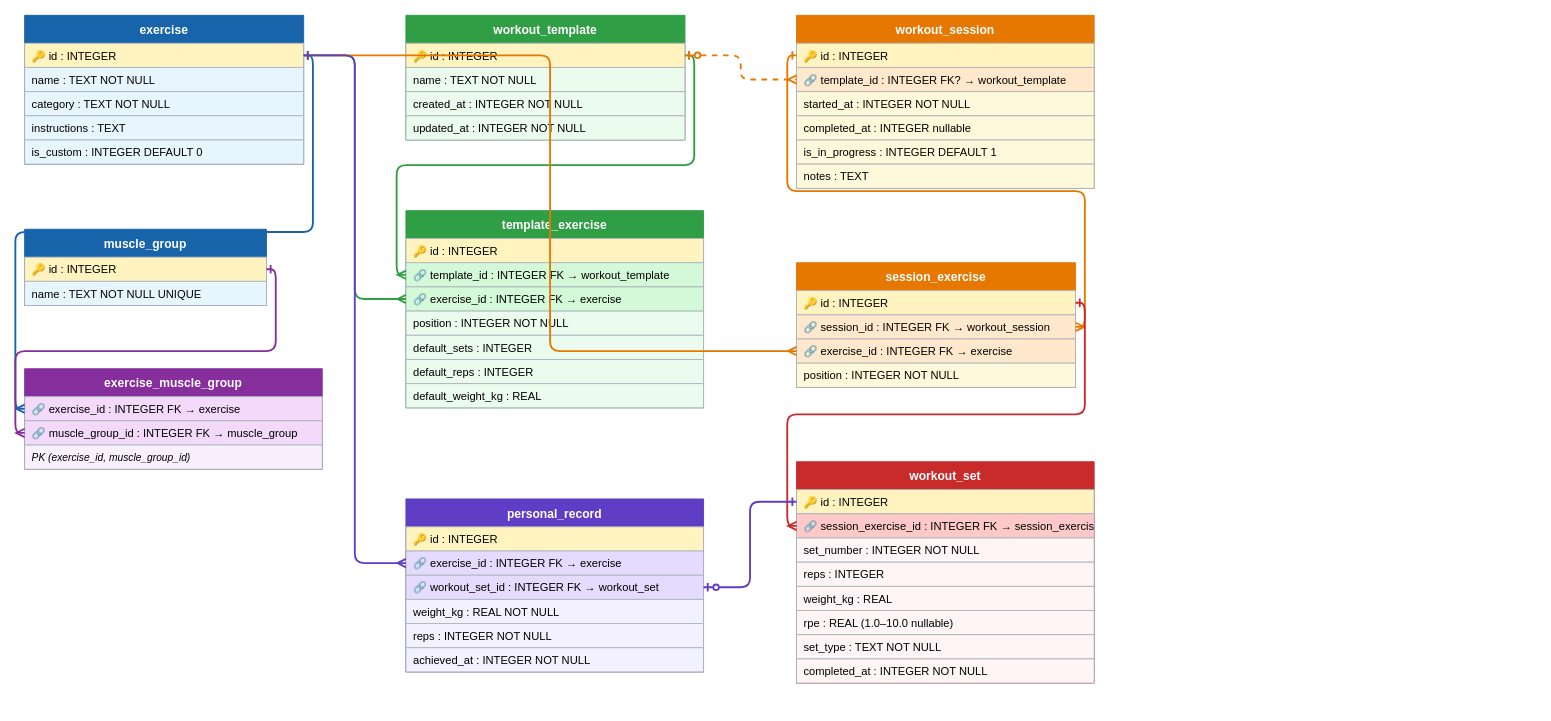
Before: docs/db-schema.drawio in open-gym-app/open-gym-app.github.io, a draw.io diagram. Source tidied: cells renumbered, new cells numbered last; positions are measured from the earlier drawing's top-left corner, leaving out a move shared by most shapes. Both pictures are drawn from the tidied source at 93%, with x=0, y=0 at pixel (24, 15).
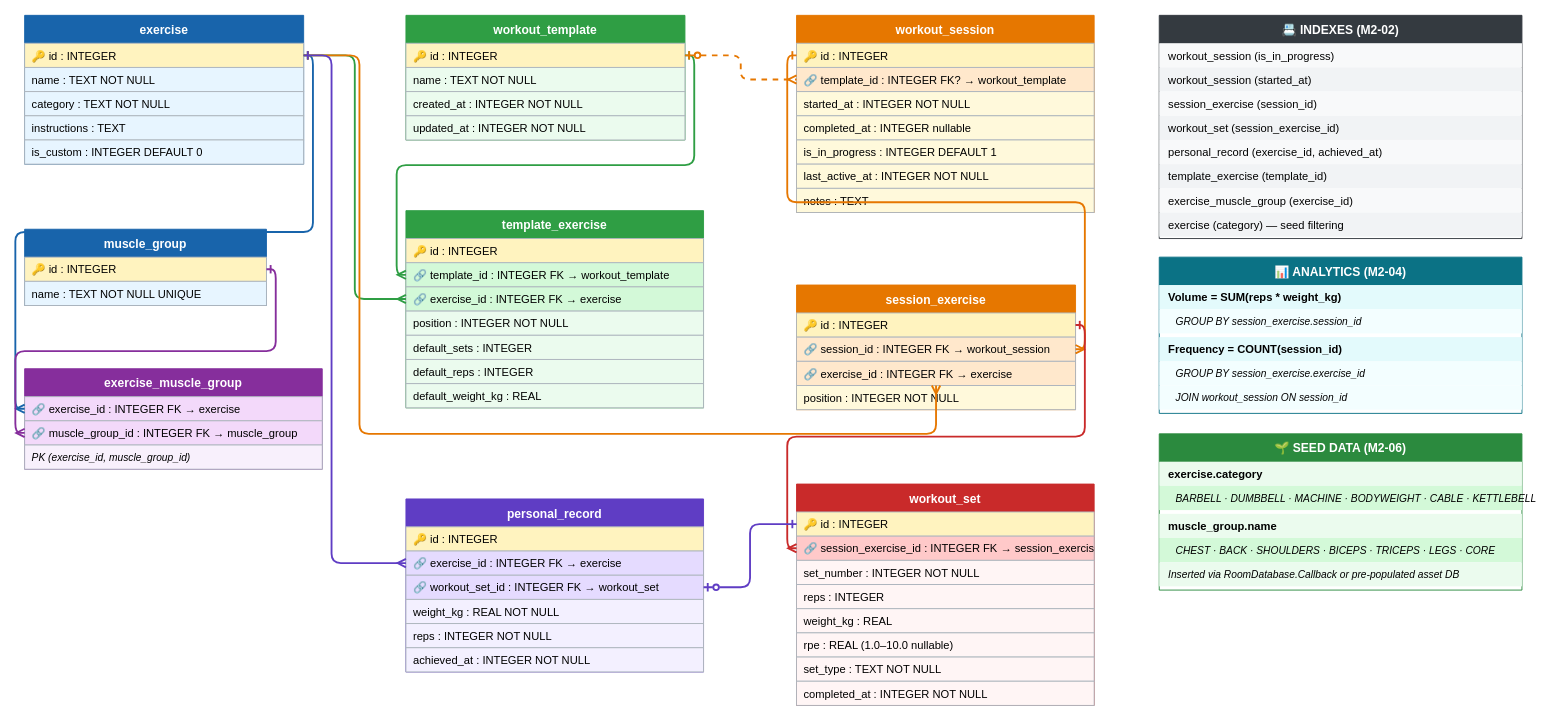
Above is the later version.

Commit message:
docs(schema): extend ERD with session resume field, indexes, analytics and seed data

- workout_session: add last_active_at (INTEGER NOT NULL) for session resume (M2-03)
- Add INDEXES reference panel covering all 8 recommended indexes (M2-02)
- Add ANALYTICS panel with volume and frequency query patterns (M2-04)
- Add SEED DATA panel with exercise category and muscle group enum values (M2-06)

Unchanged cells that the change refers to:
```xml
<mxCell id="3" value="🔑  id : INTEGER" style="text;strokeColor=#adb5bd;fillColor=#fff3bf;align=left;verticalAlign=middle;spacingLeft=6;overflow=hidden;points=[[0,0.5],[1,0.5]];portConstraint=eastwest;fontSize=12;" parent="2" vertex="1">
  <mxGeometry y="30" width="300" height="26" as="geometry" />
</mxCell>
<mxCell id="38" value="🔗  exercise_id : INTEGER  FK → exercise" style="text;strokeColor=#adb5bd;fillColor=#ffe8cc;align=left;verticalAlign=middle;spacingLeft=6;overflow=hidden;points=[[0,0.5],[1,0.5]];portConstraint=eastwest;fontSize=12;" parent="35" vertex="1">
  <mxGeometry y="82" width="300" height="26" as="geometry" />
</mxCell>
<mxCell id="51" value="🔗  exercise_id : INTEGER  FK → exercise" style="text;strokeColor=#adb5bd;fillColor=#e5dbff;align=left;verticalAlign=middle;spacingLeft=6;overflow=hidden;points=[[0,0.5],[1,0.5]];portConstraint=eastwest;fontSize=12;" parent="49" vertex="1">
  <mxGeometry y="56" width="320" height="26" as="geometry" />
</mxCell>
```

Change to the diagram source:
```diff
@@
     <mxCell id="28" value="workout_session" style="swimlane;startSize=30;fillColor=#e67700;fontColor=#ffffff;strokeColor=#e67700;fontStyle=1;align=center;fontSize=13;" parent="1" vertex="1">
-      <mxGeometry x="830" width="320" height="186" as="geometry" />
+      <mxGeometry x="830" width="320" height="212" as="geometry" />
     </mxCell>
@@
+    <mxCell id="66" value="    last_active_at : INTEGER  NOT NULL" style="text;strokeColor=#adb5bd;fillColor=#fff9db;align=left;verticalAlign=middle;spacingLeft=6;overflow=hidden;fontSize=12;" parent="28" vertex="1">
+      <mxGeometry y="160" width="320" height="26" as="geometry" />
+    </mxCell>
     <mxCell id="34" value="    notes : TEXT" style="text;strokeColor=#adb5bd;fillColor=#fff9db;align=left;verticalAlign=middle;spacingLeft=6;overflow=hidden;fontSize=12;" parent="28" vertex="1">
-      <mxGeometry y="160" width="320" height="26" as="geometry" />
+      <mxGeometry y="186" width="320" height="26" as="geometry" />
     </mxCell>
     <mxCell id="35" value="session_exercise" style="swimlane;startSize=30;fillColor=#e67700;fontColor=#ffffff;strokeColor=#e67700;fontStyle=1;align=center;fontSize=13;" parent="1" vertex="1">
-      <mxGeometry x="830" y="266" width="300" height="134" as="geometry" />
+      <mxGeometry x="830" y="290" width="300" height="134" as="geometry" />
     </mxCell>
@@
     <mxCell id="40" value="workout_set" style="swimlane;startSize=30;fillColor=#c92a2a;fontColor=#ffffff;strokeColor=#c92a2a;fontStyle=1;align=center;fontSize=13;" parent="1" vertex="1">
-      <mxGeometry x="830" y="480" width="320" height="238" as="geometry" />
+      <mxGeometry x="830" y="504" width="320" height="238" as="geometry" />
     </mxCell>
@@
     <mxCell id="62" style="edgeStyle=orthogonalEdgeStyle;endArrow=ERmany;endFill=0;startArrow=ERone;startFill=0;strokeWidth=2;strokeColor=#e67700;" parent="1" edge="1" source="3" target="38">
-      <mxGeometry relative="1" as="geometry" />
+      <mxGeometry relative="1" as="geometry">
+        <Array as="points">
+          <mxPoint x="360" y="43" />
+          <mxPoint x="360" y="450" />
+          <mxPoint x="980" y="450" />
+        </Array>
+      </mxGeometry>
     </mxCell>
@@
     <mxCell id="64" style="edgeStyle=orthogonalEdgeStyle;endArrow=ERmany;endFill=0;startArrow=ERone;startFill=0;strokeWidth=2;strokeColor=#5f3dc4;" parent="1" edge="1" source="3" target="51">
-      <mxGeometry relative="1" as="geometry" />
+      <mxGeometry relative="1" as="geometry">
+        <Array as="points">
+          <mxPoint x="330" y="43" />
+          <mxPoint x="330" y="589" />
+        </Array>
+      </mxGeometry>
     </mxCell>
@@
+    <mxCell id="67" value="📇  INDEXES  (M2-02)" style="swimlane;startSize=30;fillColor=#343a40;fontColor=#ffffff;strokeColor=#343a40;fontStyle=1;align=center;fontSize=13;" parent="1" vertex="1">
+      <mxGeometry x="1220" width="390" height="240" as="geometry" />
+    </mxCell>
+    <mxCell id="68" value="workout_session (is_in_progress)" style="text;strokeColor=none;fillColor=#f8f9fa;align=left;verticalAlign=middle;spacingLeft=8;fontSize=12;" parent="67" vertex="1">
+      <mxGeometry y="30" width="390" height="26" as="geometry" />
+    </mxCell>
+    <mxCell id="69" value="workout_session (started_at)" style="text;strokeColor=none;fillColor=#f1f3f5;align=left;verticalAlign=middle;spacingLeft=8;fontSize=12;" parent="67" vertex="1">
+      <mxGeometry y="56" width="390" height="26" as="geometry" />
+    </mxCell>
+    <mxCell id="70" value="session_exercise (session_id)" style="text;strokeColor=none;fillColor=#f8f9fa;align=left;verticalAlign=middle;spacingLeft=8;fontSize=12;" parent="67" vertex="1">
+      <mxGeometry y="82" width="390" height="26" as="geometry" />
+    </mxCell>
+    <mxCell id="71" value="workout_set (session_exercise_id)" style="text;strokeColor=none;fillColor=#f1f3f5;align=left;verticalAlign=middle;spacingLeft=8;fontSize=12;" parent="67" vertex="1">
+      <mxGeometry y="108" width="390" height="26" as="geometry" />
+    </mxCell>
+    <mxCell id="72" value="personal_record (exercise_id, achieved_at)" style="text;strokeColor=none;fillColor=#f8f9fa;align=left;verticalAlign=middle;spacingLeft=8;fontSize=12;" parent="67" vertex="1">
+      <mxGeometry y="134" width="390" height="26" as="geometry" />
+    </mxCell>
+    <mxCell id="73" value="template_exercise (template_id)" style="text;strokeColor=none;fillColor=#f1f3f5;align=left;verticalAlign=middle;spacingLeft=8;fontSize=12;" parent="67" vertex="1">
+      <mxGeometry y="160" width="390" height="26" as="geometry" />
+    </mxCell>
+    <mxCell id="74" value="exercise_muscle_group (exercise_id)" style="text;strokeColor=none;fillColor=#f8f9fa;align=left;verticalAlign=middle;spacingLeft=8;fontSize=12;" parent="67" vertex="1">
+      <mxGeometry y="186" width="390" height="26" as="geometry" />
+    </mxCell>
+    <mxCell id="75" value="exercise (category)  — seed filtering" style="text;strokeColor=none;fillColor=#f1f3f5;align=left;verticalAlign=middle;spacingLeft=8;fontSize=12;" parent="67" vertex="1">
+      <mxGeometry y="212" width="390" height="26" as="geometry" />
+    </mxCell>
+    <mxCell id="76" value="📊  ANALYTICS  (M2-04)" style="swimlane;startSize=30;fillColor=#0b7285;fontColor=#ffffff;strokeColor=#0b7285;fontStyle=1;align=center;fontSize=13;" parent="1" vertex="1">
+      <mxGeometry x="1220" y="260" width="390" height="168" as="geometry" />
+    </mxCell>
+    <mxCell id="77" value="Volume  =  SUM(reps * weight_kg)" style="text;strokeColor=none;fillColor=#e3fafc;align=left;verticalAlign=middle;spacingLeft=8;fontSize=12;fontStyle=1;" parent="76" vertex="1">
+      <mxGeometry y="30" width="390" height="26" as="geometry" />
+    </mxCell>
+    <mxCell id="78" value="GROUP BY session_exercise.session_id" style="text;strokeColor=none;fillColor=#f3feff;align=left;verticalAlign=middle;spacingLeft=16;fontSize=11;fontStyle=2;" parent="76" vertex="1">
+      <mxGeometry y="56" width="390" height="26" as="geometry" />
+    </mxCell>
+    <mxCell id="79" value="Frequency  =  COUNT(session_id)" style="text;strokeColor=none;fillColor=#e3fafc;align=left;verticalAlign=middle;spacingLeft=8;fontSize=12;fontStyle=1;" parent="76" vertex="1">
+      <mxGeometry y="86" width="390" height="26" as="geometry" />
+    </mxCell>
+    <mxCell id="80" value="GROUP BY session_exercise.exercise_id" style="text;strokeColor=none;fillColor=#f3feff;align=left;verticalAlign=middle;spacingLeft=16;fontSize=11;fontStyle=2;" parent="76" vertex="1">
+      <mxGeometry y="112" width="390" height="26" as="geometry" />
+    </mxCell>
+    <mxCell id="81" value="JOIN workout_session ON session_id" style="text;strokeColor=none;fillColor=#f3feff;align=left;verticalAlign=middle;spacingLeft=16;fontSize=11;fontStyle=2;" parent="76" vertex="1">
+      <mxGeometry y="138" width="390" height="26" as="geometry" />
+    </mxCell>
+    <mxCell id="82" value="🌱  SEED DATA  (M2-06)" style="swimlane;startSize=30;fillColor=#2b8a3e;fontColor=#ffffff;strokeColor=#2b8a3e;fontStyle=1;align=center;fontSize=13;" parent="1" vertex="1">
+      <mxGeometry x="1220" y="450" width="390" height="168" as="geometry" />
+    </mxCell>
+    <mxCell id="83" value="exercise.category" style="text;strokeColor=none;fillColor=#ebfbee;align=left;verticalAlign=middle;spacingLeft=8;fontSize=12;fontStyle=1;" parent="82" vertex="1">
+      <mxGeometry y="30" width="390" height="26" as="geometry" />
+    </mxCell>
+    <mxCell id="84" value="BARBELL · DUMBBELL · MACHINE · BODYWEIGHT · CABLE · KETTLEBELL" style="text;strokeColor=none;fillColor=#d3f9d8;align=left;verticalAlign=middle;spacingLeft=16;fontSize=11;fontStyle=2;" parent="82" vertex="1">
+      <mxGeometry y="56" width="390" height="26" as="geometry" />
+    </mxCell>
+    <mxCell id="85" value="muscle_group.name" style="text;strokeColor=none;fillColor=#ebfbee;align=left;verticalAlign=middle;spacingLeft=8;fontSize=12;fontStyle=1;" parent="82" vertex="1">
+      <mxGeometry y="86" width="390" height="26" as="geometry" />
+    </mxCell>
+    <mxCell id="86" value="CHEST · BACK · SHOULDERS · BICEPS · TRICEPS · LEGS · CORE" style="text;strokeColor=none;fillColor=#d3f9d8;align=left;verticalAlign=middle;spacingLeft=16;fontSize=11;fontStyle=2;" parent="82" vertex="1">
+      <mxGeometry y="112" width="390" height="26" as="geometry" />
+    </mxCell>
+    <mxCell id="87" value="Inserted via RoomDatabase.Callback or pre-populated asset DB" style="text;strokeColor=none;fillColor=#ebfbee;align=left;verticalAlign=middle;spacingLeft=8;fontSize=11;fontStyle=2;" parent="82" vertex="1">
+      <mxGeometry y="138" width="390" height="26" as="geometry" />
+    </mxCell>
```
